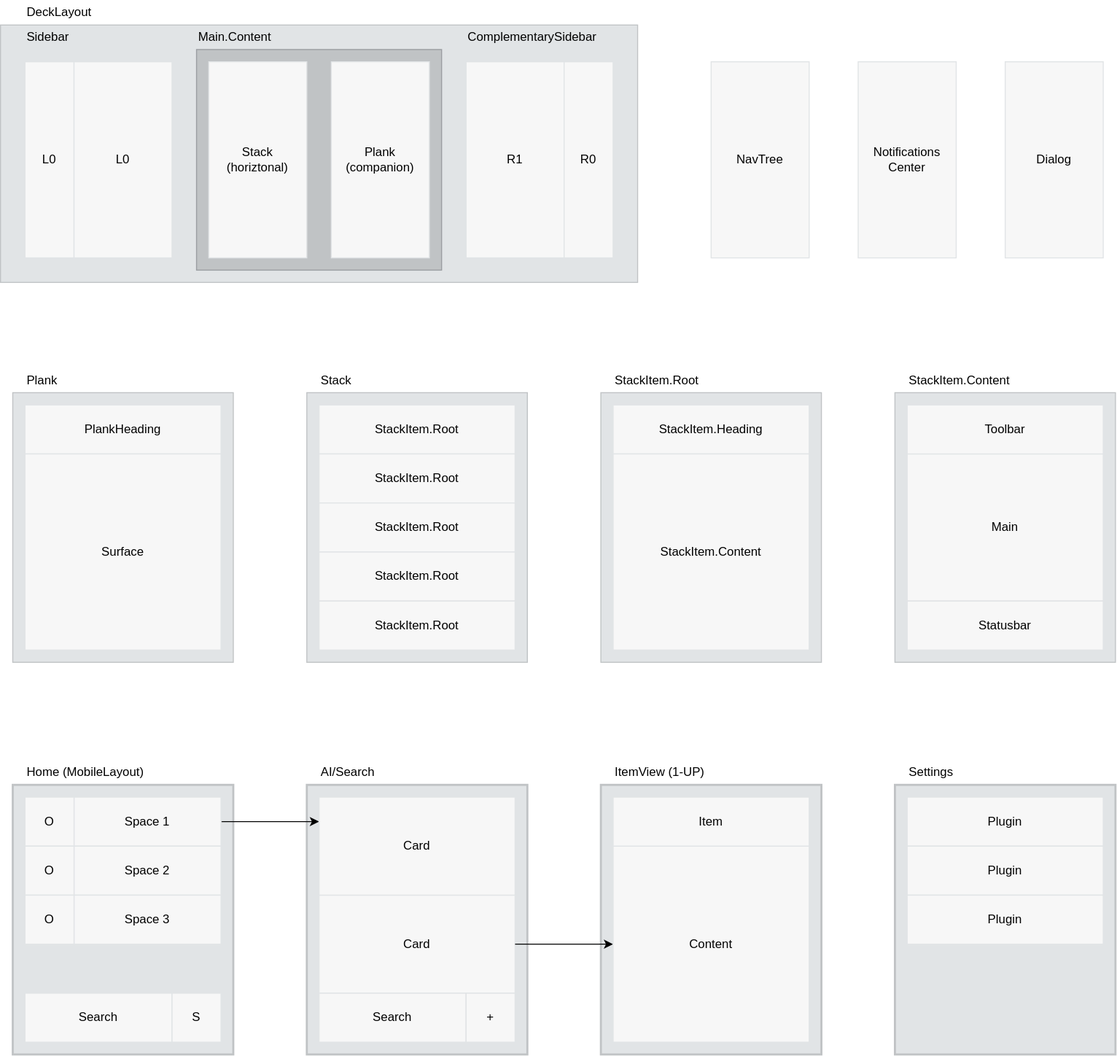
Above: packages/plugins/plugin-deck/docs/layout.drawio.svg in dxos/dxos (draw.io), before the change. Source tidied: cells renumbered, new cells last; positions are measured from the earlier drawing's top-left corner, leaving out a move shared by most shapes.
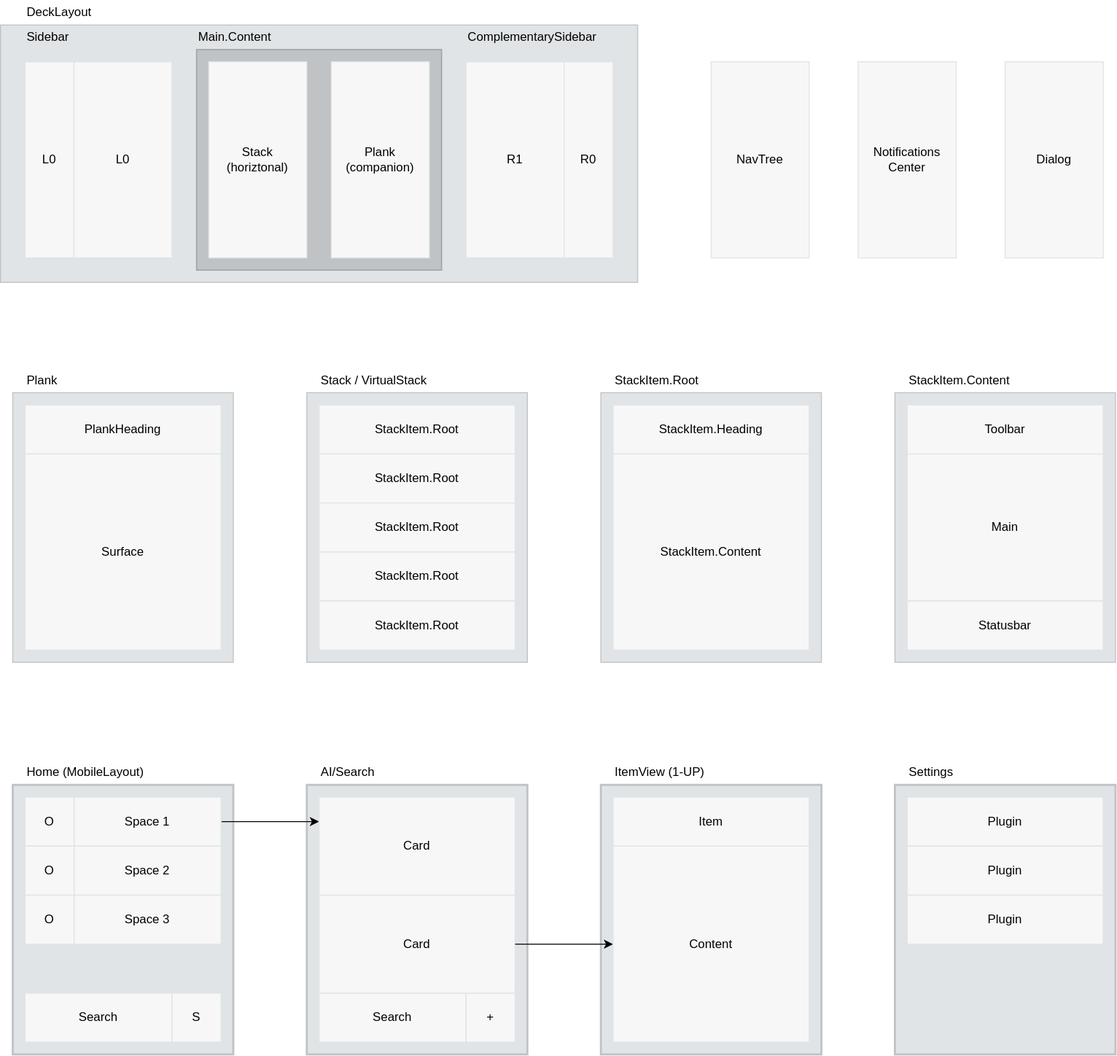
After the commit.

The edit, as a diff of the source:
```diff
@@ -83,7 +83,7 @@
     <mxCell id="28" value="DeckLayout" style="rounded=0;whiteSpace=wrap;html=1;align=left;strokeColor=none;fillColor=none;" parent="1" vertex="1">
       <mxGeometry x="24" width="144" height="24" as="geometry" />
     </mxCell>
-    <mxCell id="29" value="Stack" style="rounded=0;whiteSpace=wrap;html=1;align=left;strokeColor=none;fillColor=none;" parent="1" vertex="1">
+    <mxCell id="29" value="Stack / VirtualStack" style="rounded=0;whiteSpace=wrap;html=1;align=left;strokeColor=none;fillColor=none;" parent="1" vertex="1">
       <mxGeometry x="312" y="360" width="144" height="24" as="geometry" />
     </mxCell>
     <mxCell id="30" value="StackItem.Root" style="rounded=0;whiteSpace=wrap;html=1;fillColor=#F7F7F7;fontColor=#000000;strokeColor=#E1E4E6;" parent="1" vertex="1">
```
